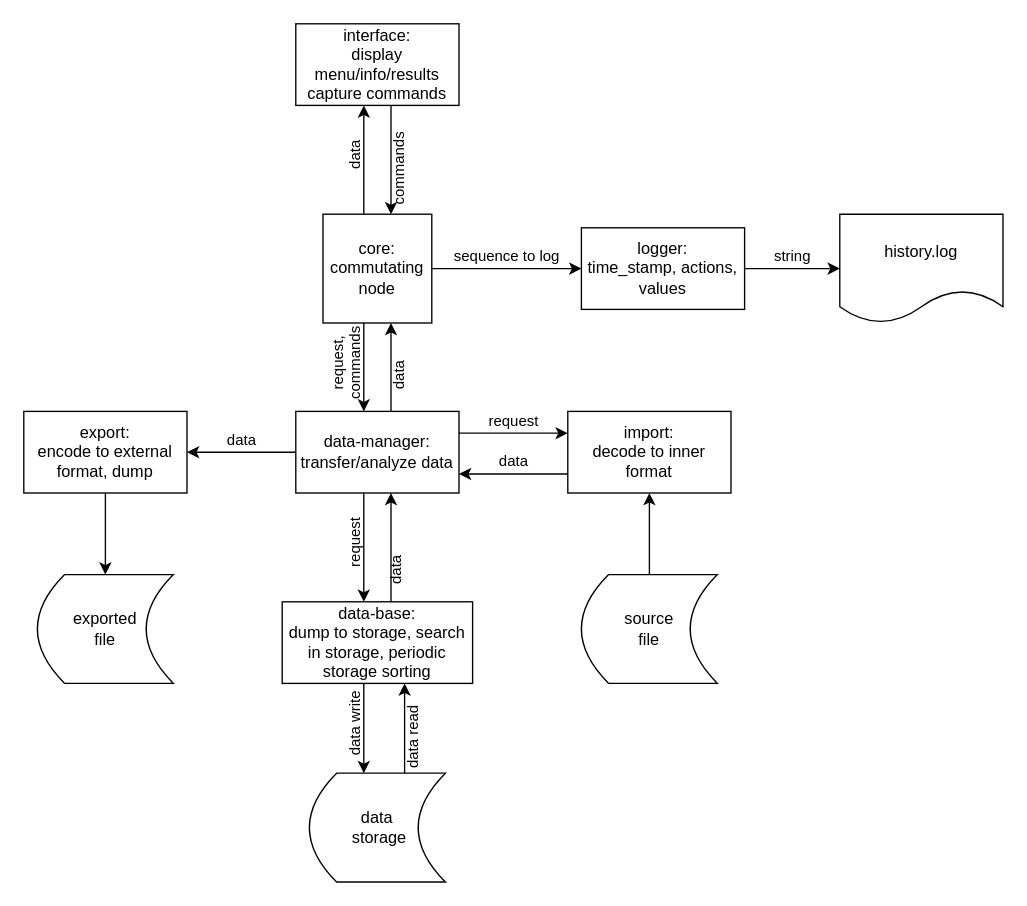
Before: HomeWork07/plan-scheme_for_phone_book.drawio in andrew107021/Python_homoworks, a draw.io diagram. Source tidied: cells renumbered, new cells numbered last; positions are measured from the earlier drawing's top-left corner, leaving out a move shared by most shapes. Both pictures are drawn from the tidied source at 136%, with x=0, y=0 at pixel (23, 23).
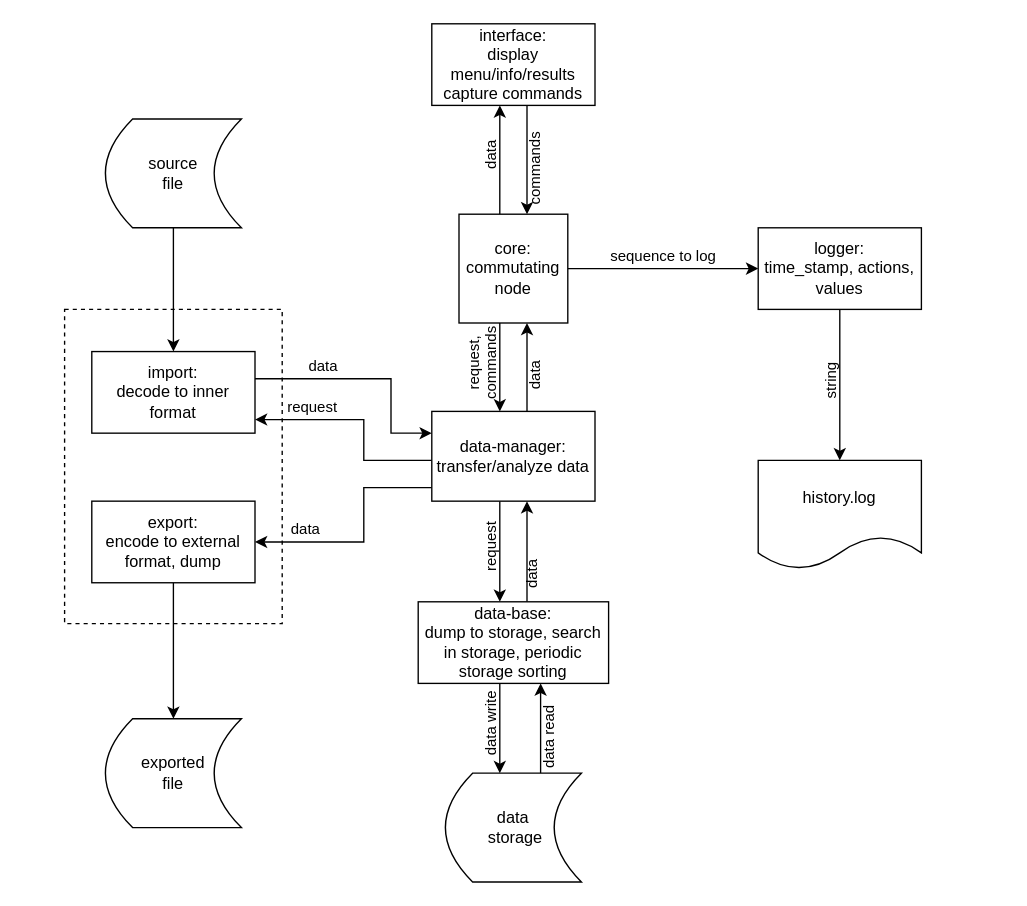
After the change.

Commit message (it also covers changes not shown here):
HomeWork 7 added. Functions for saving phn book, for adding a person added, some functions corrected

Diff of the diagram source:
```diff
@@
+    <mxCell id="28" style="rounded=0;whiteSpace=wrap;html=1;dashed=1;shadow=0;sketch=0;labelBackgroundColor=none;labelBorderColor=none;" parent="1" vertex="1">
+      <mxGeometry x="30" y="210" width="160" height="231" as="geometry" />
+    </mxCell>
     <mxCell id="2" value="data" style="edgeStyle=orthogonalEdgeStyle;rounded=0;jettySize=auto;html=1;horizontal=0;labelPosition=center;verticalLabelPosition=top;align=center;verticalAlign=bottom;labelBackgroundColor=none;" parent="1" edge="1" source="5" target="7">
       <mxGeometry relative="1" as="geometry">
         <Array as="points">
-          <mxPoint x="250" y="130" />
-          <mxPoint x="250" y="130" />
+          <mxPoint x="350" y="130" />
+          <mxPoint x="350" y="130" />
         </Array>
       </mxGeometry>
     </mxCell>
     <mxCell id="3" value="request, &lt;br&gt;commands" style="edgeStyle=orthogonalEdgeStyle;rounded=0;jettySize=auto;html=1;horizontal=0;labelPosition=center;verticalLabelPosition=top;align=center;verticalAlign=bottom;labelBackgroundColor=none;" parent="1" edge="1" source="5" target="12">
       <mxGeometry relative="1" as="geometry">
         <Array as="points">
-          <mxPoint x="250" y="270" />
-          <mxPoint x="250" y="270" />
+          <mxPoint x="350" y="270" />
+          <mxPoint x="350" y="270" />
         </Array>
       </mxGeometry>
     </mxCell>
@@
     <mxCell id="5" value="core:&lt;br&gt;commutating node" style="whiteSpace=wrap;html=1;" parent="1" vertex="1">
-      <mxGeometry x="220" y="140" width="80" height="80" as="geometry" />
+      <mxGeometry x="320" y="140" width="80" height="80" as="geometry" />
     </mxCell>
     <mxCell id="6" value="commands" style="edgeStyle=orthogonalEdgeStyle;rounded=0;jettySize=auto;html=1;labelPosition=center;verticalLabelPosition=bottom;align=center;verticalAlign=top;horizontal=0;labelBackgroundColor=none;" parent="1" edge="1" source="7" target="5">
       <mxGeometry relative="1" as="geometry">
         <Array as="points">
-          <mxPoint x="270" y="110" />
-          <mxPoint x="270" y="110" />
+          <mxPoint x="370" y="110" />
+          <mxPoint x="370" y="110" />
         </Array>
       </mxGeometry>
     </mxCell>
     <mxCell id="7" value="interface: &lt;br&gt;display menu/info/results&lt;br&gt;capture commands" style="whiteSpace=wrap;html=1;" parent="1" vertex="1">
-      <mxGeometry x="200" width="120" height="60" as="geometry" />
+      <mxGeometry x="300" width="120" height="60" as="geometry" />
     </mxCell>
     <mxCell id="8" value="data" style="edgeStyle=orthogonalEdgeStyle;rounded=0;jettySize=auto;html=1;horizontal=0;labelPosition=center;verticalLabelPosition=bottom;align=center;verticalAlign=top;labelBackgroundColor=none;" parent="1" edge="1" source="12" target="5">
       <mxGeometry relative="1" as="geometry">
         <Array as="points">
-          <mxPoint x="270" y="270" />
-          <mxPoint x="270" y="270" />
+          <mxPoint x="370" y="270" />
+          <mxPoint x="370" y="270" />
         </Array>
       </mxGeometry>
     </mxCell>
     <mxCell id="9" value="request" style="edgeStyle=orthogonalEdgeStyle;rounded=0;jettySize=auto;html=1;horizontal=0;labelPosition=center;verticalLabelPosition=top;align=center;verticalAlign=bottom;labelBackgroundColor=none;" parent="1" edge="1" source="12" target="18">
       <mxGeometry relative="1" as="geometry">
         <Array as="points">
-          <mxPoint x="250" y="371" />
-          <mxPoint x="250" y="371" />
+          <mxPoint x="350" y="371" />
+          <mxPoint x="350" y="371" />
         </Array>
       </mxGeometry>
     </mxCell>
     <mxCell id="10" value="data" style="edgeStyle=orthogonalEdgeStyle;rounded=0;jettySize=auto;html=1;labelPosition=center;verticalLabelPosition=top;align=center;verticalAlign=bottom;" parent="1" edge="1" source="12" target="20">
-      <mxGeometry relative="1" as="geometry" />
+      <mxGeometry x="0.56" relative="1" as="geometry">
+        <Array as="points">
+          <mxPoint x="250" y="341" />
+          <mxPoint x="250" y="381" />
+        </Array>
+      </mxGeometry>
     </mxCell>
     <mxCell id="11" value="request" style="edgeStyle=orthogonalEdgeStyle;rounded=0;jettySize=auto;html=1;labelPosition=center;verticalLabelPosition=top;align=center;verticalAlign=bottom;" parent="1" edge="1" source="12" target="22">
-      <mxGeometry relative="1" as="geometry">
+      <mxGeometry x="0.48" relative="1" as="geometry">
         <Array as="points">
-          <mxPoint x="380" y="301" />
-          <mxPoint x="380" y="301" />
+          <mxPoint x="250" y="321" />
+          <mxPoint x="250" y="291" />
         </Array>
       </mxGeometry>
     </mxCell>
     <mxCell id="12" value="data-manager:&lt;br&gt;transfer/analyze data" style="whiteSpace=wrap;html=1;" parent="1" vertex="1">
-      <mxGeometry x="200" y="285" width="120" height="60" as="geometry" />
+      <mxGeometry x="300" y="285" width="120" height="66" as="geometry" />
     </mxCell>
-    <mxCell id="13" value="string" style="edgeStyle=orthogonalEdgeStyle;rounded=0;jettySize=auto;html=1;labelPosition=center;verticalLabelPosition=top;align=center;verticalAlign=bottom;labelBackgroundColor=none;" parent="1" edge="1" source="14" target="15">
-      <mxGeometry relative="1" as="geometry" />
+    <mxCell id="13" value="string" style="edgeStyle=orthogonalEdgeStyle;rounded=0;jettySize=auto;html=1;labelPosition=center;verticalLabelPosition=top;align=center;verticalAlign=bottom;labelBackgroundColor=none;horizontal=0;" parent="1" edge="1" source="14" target="15">
+      <mxGeometry x="0.01" relative="1" as="geometry" />
     </mxCell>
     <mxCell id="14" value="logger:&lt;br&gt;time_stamp, actions, values" style="whiteSpace=wrap;html=1;" parent="1" vertex="1">
-      <mxGeometry x="410" y="150" width="120" height="60" as="geometry" />
+      <mxGeometry x="540" y="150" width="120" height="60" as="geometry" />
     </mxCell>
     <mxCell id="15" value="history.log" style="shape=document;whiteSpace=wrap;html=1;boundedLbl=1;" parent="1" vertex="1">
-      <mxGeometry x="600" y="140" width="120" height="80" as="geometry" />
+      <mxGeometry x="540" y="321" width="120" height="80" as="geometry" />
     </mxCell>
     <mxCell id="16" value="data" style="edgeStyle=orthogonalEdgeStyle;rounded=0;jettySize=auto;html=1;horizontal=0;labelPosition=left;verticalLabelPosition=bottom;align=right;verticalAlign=top;labelBackgroundColor=none;" parent="1" edge="1" source="18" target="12">
       <mxGeometry relative="1" as="geometry">
         <Array as="points">
-          <mxPoint x="270" y="371" />
-          <mxPoint x="270" y="371" />
+          <mxPoint x="370" y="371" />
+          <mxPoint x="370" y="371" />
         </Array>
       </mxGeometry>
     </mxCell>
     <mxCell id="17" value="data write" style="edgeStyle=orthogonalEdgeStyle;rounded=0;jettySize=auto;html=1;labelBackgroundColor=none;horizontal=0;labelPosition=center;verticalLabelPosition=top;align=center;verticalAlign=bottom;" parent="1" edge="1" source="18" target="27">
       <mxGeometry relative="1" as="geometry">
         <Array as="points">
-          <mxPoint x="250" y="501" />
-          <mxPoint x="250" y="501" />
+          <mxPoint x="350" y="501" />
+          <mxPoint x="350" y="501" />
         </Array>
       </mxGeometry>
     </mxCell>
     <mxCell id="18" value="data-base:&lt;br&gt;dump to storage, search in storage, periodic storage sorting" style="whiteSpace=wrap;html=1;" parent="1" vertex="1">
-      <mxGeometry x="190" y="425" width="140" height="60" as="geometry" />
+      <mxGeometry x="290" y="425" width="140" height="60" as="geometry" />
     </mxCell>
@@
     <mxCell id="20" value="export:&lt;br&gt;encode to external format, dump" style="whiteSpace=wrap;html=1;" parent="1" vertex="1">
-      <mxGeometry y="285" width="120" height="60" as="geometry" />
+      <mxGeometry x="50" y="351" width="120" height="60" as="geometry" />
     </mxCell>
     <mxCell id="21" value="data" style="edgeStyle=orthogonalEdgeStyle;rounded=0;jettySize=auto;html=1;labelPosition=center;verticalLabelPosition=top;align=center;verticalAlign=bottom;" parent="1" edge="1" source="22" target="12">
-      <mxGeometry relative="1" as="geometry">
+      <mxGeometry x="-0.41" relative="1" as="geometry">
         <Array as="points">
-          <mxPoint x="380" y="331" />
-          <mxPoint x="380" y="331" />
+          <mxPoint x="270" y="261" />
+          <mxPoint x="270" y="301" />
         </Array>
       </mxGeometry>
     </mxCell>
     <mxCell id="22" value="import:&lt;br&gt;decode to inner format" style="whiteSpace=wrap;html=1;" parent="1" vertex="1">
-      <mxGeometry x="400" y="285" width="120" height="60" as="geometry" />
+      <mxGeometry x="50" y="241" width="120" height="60" as="geometry" />
     </mxCell>
     <mxCell id="23" value="exported &lt;br&gt;file" style="shape=dataStorage;whiteSpace=wrap;html=1;fixedSize=1;" parent="1" vertex="1">
-      <mxGeometry x="10" y="405" width="100" height="80" as="geometry" />
+      <mxGeometry x="60" y="511" width="100" height="80" as="geometry" />
     </mxCell>
@@
     <mxCell id="25" value="source&lt;br&gt;file" style="shape=dataStorage;whiteSpace=wrap;html=1;fixedSize=1;" parent="1" vertex="1">
-      <mxGeometry x="410" y="405" width="100" height="80" as="geometry" />
+      <mxGeometry x="60" y="70" width="100" height="80" as="geometry" />
     </mxCell>
     <mxCell id="26" value="data read" style="edgeStyle=orthogonalEdgeStyle;rounded=0;jettySize=auto;html=1;labelBackgroundColor=none;horizontal=0;labelPosition=center;verticalLabelPosition=bottom;align=center;verticalAlign=top;" parent="1" edge="1" source="27" target="18">
       <mxGeometry relative="1" as="geometry">
         <Array as="points">
-          <mxPoint x="280" y="511" />
-          <mxPoint x="280" y="511" />
+          <mxPoint x="380" y="511" />
+          <mxPoint x="380" y="511" />
         </Array>
       </mxGeometry>
     </mxCell>
     <mxCell id="27" value="data&lt;br&gt;&amp;nbsp;storage" style="shape=dataStorage;whiteSpace=wrap;html=1;fixedSize=1;" parent="1" vertex="1">
-      <mxGeometry x="210" y="551" width="100" height="80" as="geometry" />
+      <mxGeometry x="310" y="551" width="100" height="80" as="geometry" />
     </mxCell>
```
